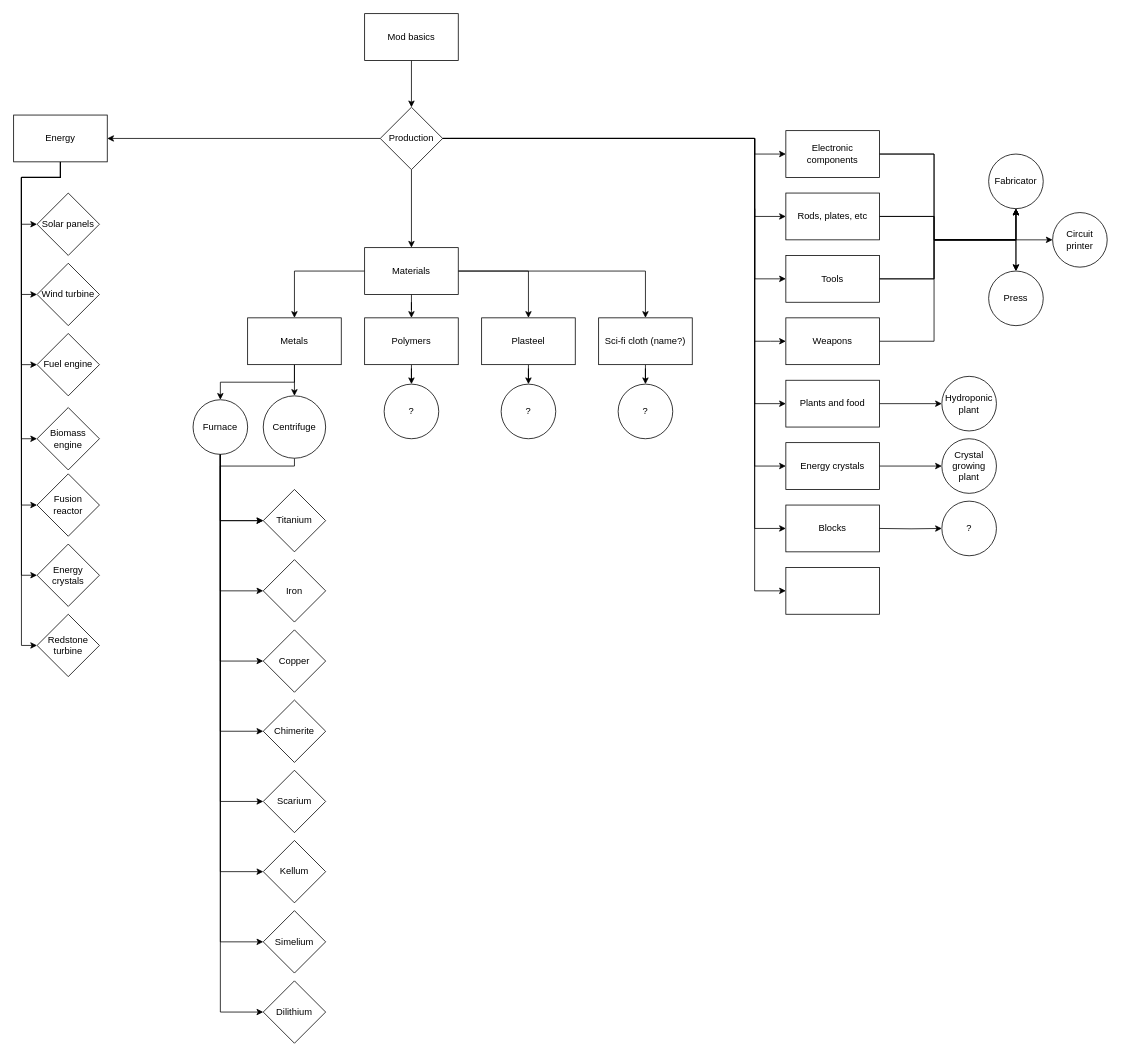
Earlier version of the draw.io diagram page "BASICS" (8 of 8) of SynchromaProgression.drawio (x3rdev/Synchroma). Source tidied: cells renumbered, new cells numbered last; positions are measured from the earlier drawing's top-left corner, leaving out a move shared by most shapes. Both pictures are drawn from the tidied source at 78%, with x=0, y=0 at pixel (13, 13).
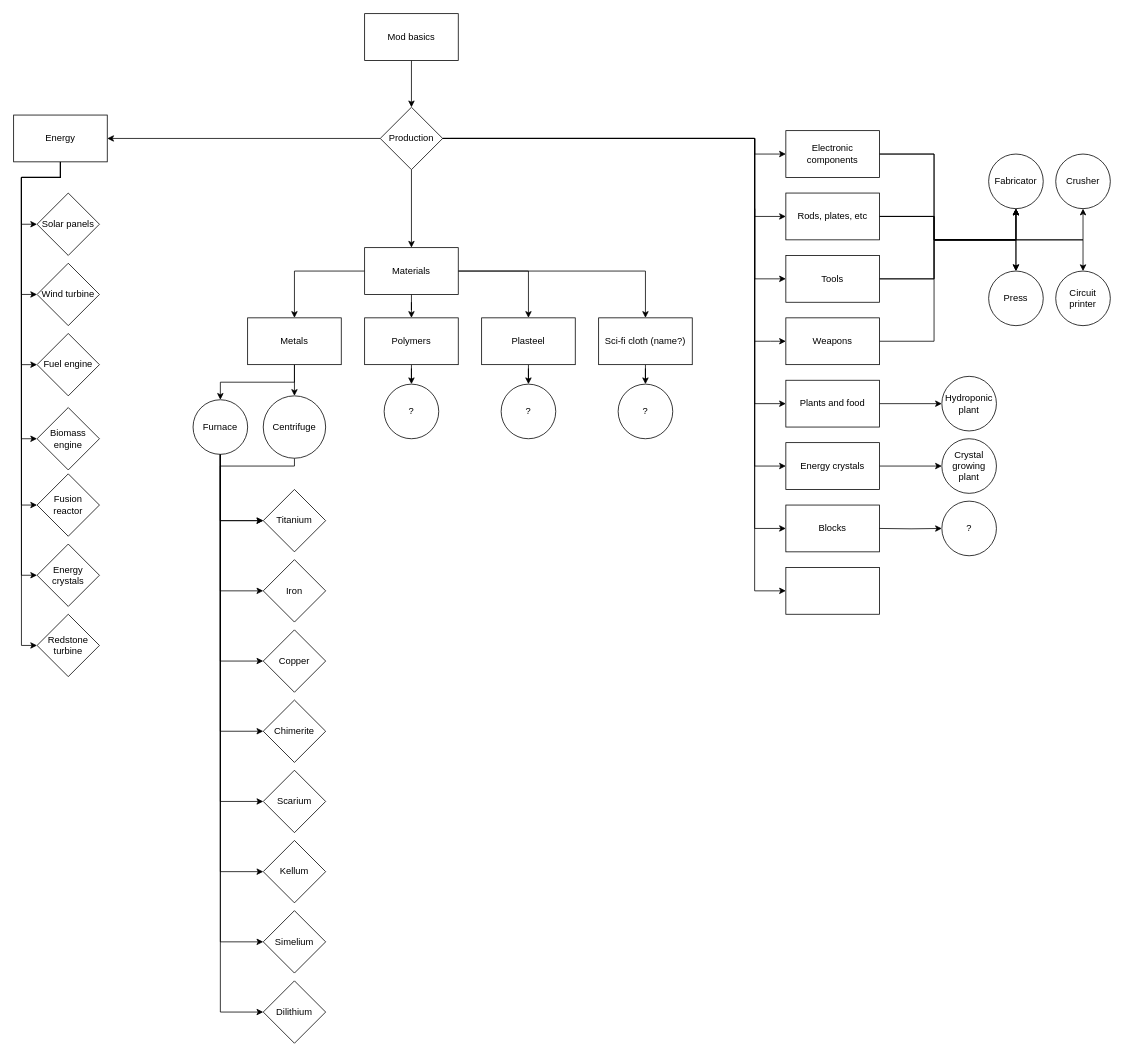
After the change.

Unchanged cells that the change refers to:
```xml
<mxCell id="53" value="Rods, plates, etc" style="rounded=0;whiteSpace=wrap;html=1;" parent="1" vertex="1">
  <mxGeometry x="990" y="230" width="120" height="60" as="geometry" />
</mxCell>
<mxCell id="64" value="Tools" style="rounded=0;whiteSpace=wrap;html=1;" parent="1" vertex="1">
  <mxGeometry x="990" y="310" width="120" height="60" as="geometry" />
</mxCell>
```

Diff of the diagram source:
```diff
@@
+    <mxCell id="90" style="edgeStyle=orthogonalEdgeStyle;rounded=0;jettySize=auto;html=1;entryX=0.5;entryY=1;entryDx=0;entryDy=0;" parent="1" edge="1" source="53" target="91">
+      <mxGeometry relative="1" as="geometry">
+        <Array as="points">
+          <mxPoint x="1180" y="260" />
+          <mxPoint x="1180" y="290" />
+          <mxPoint x="1371" y="290" />
+        </Array>
+      </mxGeometry>
+    </mxCell>
@@
-    <mxCell id="63" style="edgeStyle=orthogonalEdgeStyle;rounded=0;jettySize=auto;html=1;entryX=0;entryY=0.5;entryDx=0;entryDy=0;" parent="1" edge="1" source="64" target="86">
+    <mxCell id="63" style="edgeStyle=orthogonalEdgeStyle;rounded=0;jettySize=auto;html=1;entryX=0.5;entryY=0;entryDx=0;entryDy=0;" parent="1" edge="1" source="64" target="86">
       <mxGeometry relative="1" as="geometry">
         <Array as="points">
           <mxPoint x="1180" y="340" />
           <mxPoint x="1180" y="290" />
+          <mxPoint x="1371" y="290" />
         </Array>
       </mxGeometry>
     </mxCell>
@@
     <mxCell id="86" value="Circuit printer" style="ellipse;whiteSpace=wrap;html=1;" parent="1" vertex="1">
-      <mxGeometry x="1332" y="255" width="70" height="70" as="geometry" />
+      <mxGeometry x="1336" y="330" width="70" height="70" as="geometry" />
     </mxCell>
@@
+    <mxCell id="91" value="Crusher" style="ellipse;whiteSpace=wrap;html=1;" parent="1" vertex="1">
+      <mxGeometry x="1336" y="180" width="70" height="70" as="geometry" />
+    </mxCell>
```
